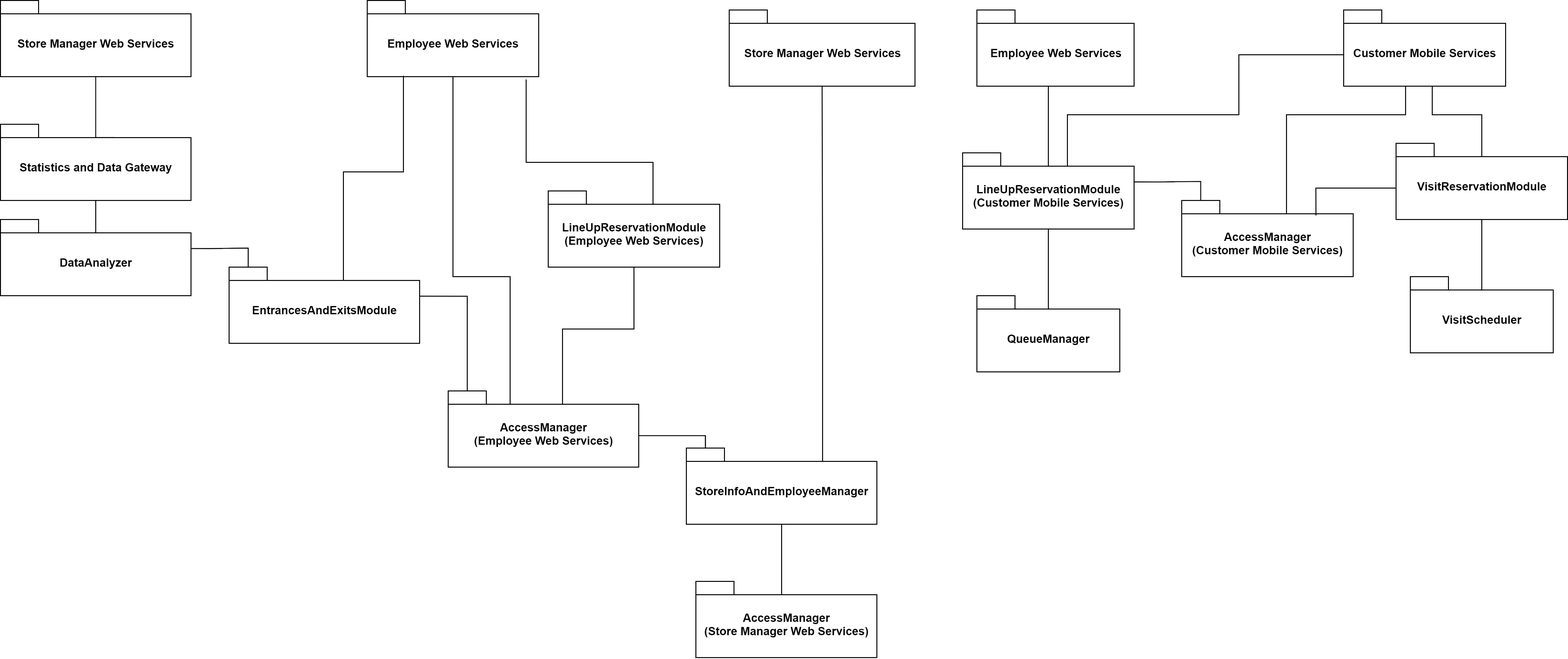
Before: DDworkspace/LaTeXproject/images/int_diagr10.png, a diagram exported from draw.io (marcoDige/CLup). Source tidied: cells renumbered, new cells last; positions are measured from the earlier drawing's top-left corner, leaving out a move shared by most shapes.
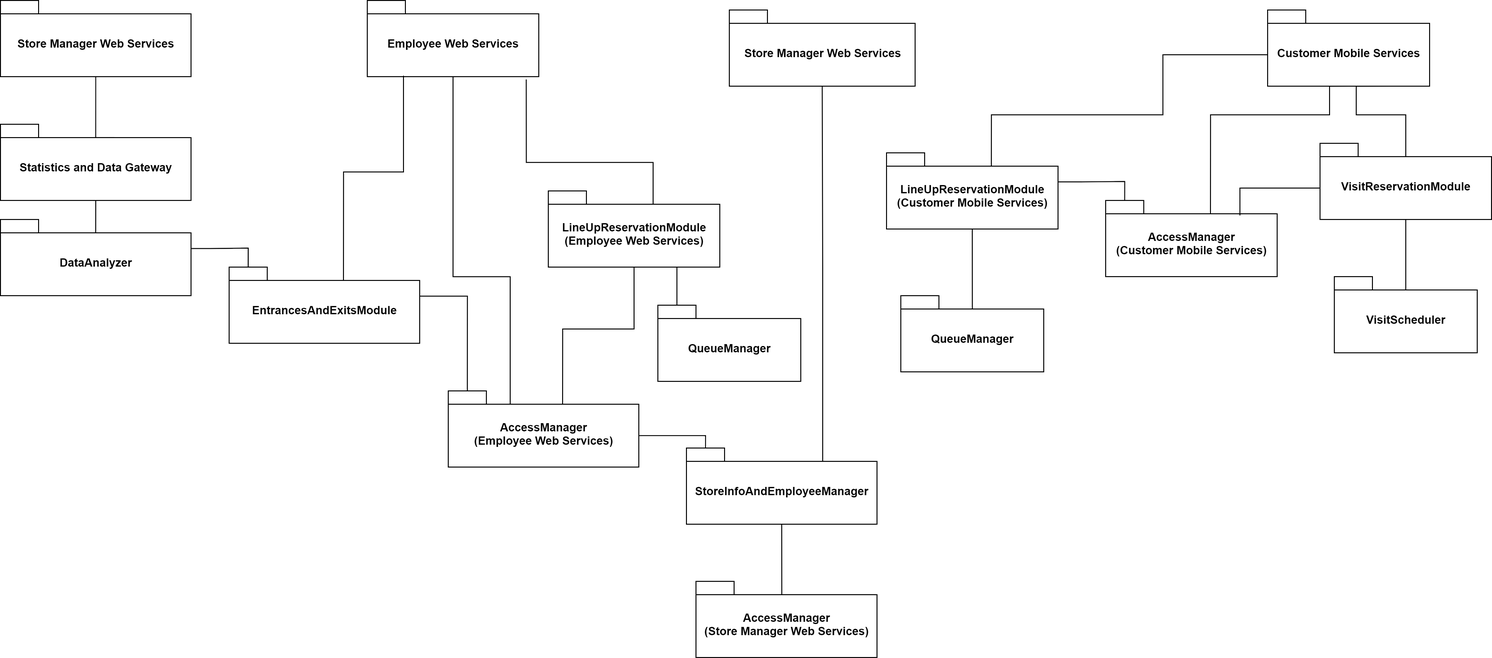
Later version of the same file.

Change to the diagram source:
```diff
@@ -12,66 +12,56 @@
       <mxGeometry width="200" height="80" as="geometry" />
     </mxCell>
     <mxCell id="5" value="AccessManager&lt;br&gt;(Customer Mobile Services)" style="shape=folder;fontStyle=1;spacingTop=10;tabWidth=40;tabHeight=14;tabPosition=left;html=1;fillColor=#FFFFFF;" parent="1" vertex="1">
-      <mxGeometry x="1240" y="210" width="180" height="80" as="geometry" />
+      <mxGeometry x="1160" y="210" width="180" height="80" as="geometry" />
     </mxCell>
     <mxCell id="6" style="edgeStyle=orthogonalEdgeStyle;rounded=0;jettySize=auto;html=1;exitX=0.5;exitY=1;exitDx=0;exitDy=0;exitPerimeter=0;endArrow=none;endFill=0;entryX=0;entryY=0;entryDx=110;entryDy=14;entryPerimeter=0;" parent="1" edge="1" source="7" target="5">
       <mxGeometry relative="1" as="geometry">
         <Array as="points">
-          <mxPoint x="1475" y="120" />
-          <mxPoint x="1350" y="120" />
+          <mxPoint x="1395" y="120" />
+          <mxPoint x="1270" y="120" />
         </Array>
       </mxGeometry>
     </mxCell>
     <mxCell id="7" value="Customer Mobile Services" style="shape=folder;fontStyle=1;spacingTop=10;tabWidth=40;tabHeight=14;tabPosition=left;html=1;fillColor=#FFFFFF;" parent="1" vertex="1">
-      <mxGeometry x="1410" y="10" width="170" height="80" as="geometry" />
+      <mxGeometry x="1330" y="10" width="170" height="80" as="geometry" />
     </mxCell>
     <mxCell id="8" style="edgeStyle=orthogonalEdgeStyle;rounded=0;jettySize=auto;html=1;endArrow=none;endFill=0;exitX=0;exitY=0;exitDx=40;exitDy=14;exitPerimeter=0;" parent="1" edge="1" source="9" target="12">
       <mxGeometry relative="1" as="geometry">
         <Array as="points">
-          <mxPoint x="1555" y="304" />
+          <mxPoint x="1475" y="304" />
         </Array>
       </mxGeometry>
     </mxCell>
     <mxCell id="9" value="VisitScheduler" style="shape=folder;fontStyle=1;spacingTop=10;tabWidth=40;tabHeight=14;tabPosition=left;html=1;fillColor=#FFFFFF;" parent="1" vertex="1">
-      <mxGeometry x="1480" y="290" width="150" height="80" as="geometry" />
+      <mxGeometry x="1400" y="290" width="150" height="80" as="geometry" />
     </mxCell>
     <mxCell id="10" style="edgeStyle=orthogonalEdgeStyle;rounded=0;jettySize=auto;html=1;exitX=0.75;exitY=1;exitDx=0;exitDy=0;exitPerimeter=0;endArrow=none;endFill=0;" parent="1" edge="1" source="7">
       <mxGeometry relative="1" as="geometry">
-        <mxPoint x="1555" y="164" as="targetPoint" />
+        <mxPoint x="1475" y="164" as="targetPoint" />
         <Array as="points">
-          <mxPoint x="1503" y="120" />
-          <mxPoint x="1555" y="120" />
+          <mxPoint x="1423" y="120" />
+          <mxPoint x="1475" y="120" />
         </Array>
       </mxGeometry>
     </mxCell>
     <mxCell id="11" style="edgeStyle=orthogonalEdgeStyle;rounded=0;jettySize=auto;html=1;exitX=0;exitY=0;exitDx=0;exitDy=47;exitPerimeter=0;entryX=0.783;entryY=0.197;entryDx=0;entryDy=0;entryPerimeter=0;endArrow=none;endFill=0;" parent="1" edge="1" source="12" target="5">
       <mxGeometry relative="1" as="geometry">
         <Array as="points">
-          <mxPoint x="1381" y="197" />
+          <mxPoint x="1301" y="197" />
         </Array>
       </mxGeometry>
     </mxCell>
     <mxCell id="12" value="VisitReservationModule" style="shape=folder;fontStyle=1;spacingTop=10;tabWidth=40;tabHeight=14;tabPosition=left;html=1;fillColor=#FFFFFF;" parent="1" vertex="1">
-      <mxGeometry x="1465" y="150" width="180" height="80" as="geometry" />
+      <mxGeometry x="1385" y="150" width="180" height="80" as="geometry" />
     </mxCell>
     <mxCell id="13" value="QueueManager" style="shape=folder;fontStyle=1;spacingTop=10;tabWidth=40;tabHeight=14;tabPosition=left;html=1;fillColor=#FFFFFF;" parent="1" vertex="1">
-      <mxGeometry x="1025" y="310" width="150" height="80" as="geometry" />
+      <mxGeometry x="945" y="310" width="150" height="80" as="geometry" />
     </mxCell>
-    <mxCell id="14" style="edgeStyle=orthogonalEdgeStyle;rounded=0;jettySize=auto;html=1;exitX=0.5;exitY=1;exitDx=0;exitDy=0;exitPerimeter=0;entryX=0;entryY=0;entryDx=110;entryDy=14;entryPerimeter=0;endArrow=none;endFill=0;" parent="1" edge="1" source="15" target="19">
-      <mxGeometry relative="1" as="geometry">
-        <Array as="points">
-          <mxPoint x="1100" y="174" />
-        </Array>
-      </mxGeometry>
-    </mxCell>
-    <mxCell id="15" value="Employee Web Services" style="shape=folder;fontStyle=1;spacingTop=10;tabWidth=40;tabHeight=14;tabPosition=left;html=1;fillColor=#FFFFFF;" parent="1" vertex="1">
-      <mxGeometry x="1025" y="10" width="165" height="80" as="geometry" />
-    </mxCell>
     <mxCell id="16" style="edgeStyle=orthogonalEdgeStyle;rounded=0;jettySize=auto;html=1;exitX=0.5;exitY=1;exitDx=0;exitDy=0;exitPerimeter=0;endArrow=none;endFill=0;" parent="1" edge="1" source="19">
       <mxGeometry relative="1" as="geometry">
-        <mxPoint x="1100" y="324" as="targetPoint" />
+        <mxPoint x="1020" y="324" as="targetPoint" />
         <Array as="points">
-          <mxPoint x="1100" y="324" />
+          <mxPoint x="1020" y="324" />
         </Array>
       </mxGeometry>
     </mxCell>
@@ -81,14 +71,14 @@
     <mxCell id="18" style="edgeStyle=orthogonalEdgeStyle;rounded=0;jettySize=auto;html=1;exitX=0;exitY=0;exitDx=110;exitDy=14;exitPerimeter=0;entryX=0;entryY=0;entryDx=0;entryDy=47;entryPerimeter=0;endArrow=none;endFill=0;" parent="1" edge="1" source="19" target="7">
       <mxGeometry relative="1" as="geometry">
         <Array as="points">
-          <mxPoint x="1120" y="120" />
-          <mxPoint x="1300" y="120" />
-          <mxPoint x="1300" y="57" />
+          <mxPoint x="1040" y="120" />
+          <mxPoint x="1220" y="120" />
+          <mxPoint x="1220" y="57" />
         </Array>
       </mxGeometry>
     </mxCell>
     <mxCell id="19" value="LineUpReservationModule&lt;br&gt;(Customer Mobile Services)" style="shape=folder;fontStyle=1;spacingTop=10;tabWidth=40;tabHeight=14;tabPosition=left;html=1;fillColor=#FFFFFF;" parent="1" vertex="1">
-      <mxGeometry x="1010" y="160" width="180" height="80" as="geometry" />
+      <mxGeometry x="930" y="160" width="180" height="80" as="geometry" />
     </mxCell>
     <mxCell id="20" style="edgeStyle=orthogonalEdgeStyle;rounded=0;jettySize=auto;html=1;exitX=0.5;exitY=1;exitDx=0;exitDy=0;exitPerimeter=0;entryX=0;entryY=0;entryDx=120;entryDy=14;entryPerimeter=0;endArrow=none;endFill=0;" parent="1" edge="1" source="22" target="24">
       <mxGeometry relative="1" as="geometry">
@@ -180,5 +170,13 @@
     <mxCell id="37" value="LineUpReservationModule&lt;br&gt;(Employee Web Services)" style="shape=folder;fontStyle=1;spacingTop=10;tabWidth=40;tabHeight=14;tabPosition=left;html=1;fillColor=#FFFFFF;" parent="1" vertex="1">
       <mxGeometry x="575" y="200" width="180" height="80" as="geometry" />
     </mxCell>
+    <mxCell id="38" value="QueueManager" style="shape=folder;fontStyle=1;spacingTop=10;tabWidth=40;tabHeight=14;tabPosition=left;html=1;fillColor=#FFFFFF;" parent="1" vertex="1">
+      <mxGeometry x="690" y="320" width="150" height="80" as="geometry" />
+    </mxCell>
+    <mxCell id="39" style="edgeStyle=orthogonalEdgeStyle;rounded=0;jettySize=auto;html=1;endArrow=none;endFill=0;entryX=0;entryY=0;entryDx=20;entryDy=0;entryPerimeter=0;" parent="1" edge="1" target="38">
+      <mxGeometry relative="1" as="geometry">
+        <mxPoint x="710" y="280" as="sourcePoint" />
+      </mxGeometry>
+    </mxCell>
   </root>
 </mxGraphModel>
```
